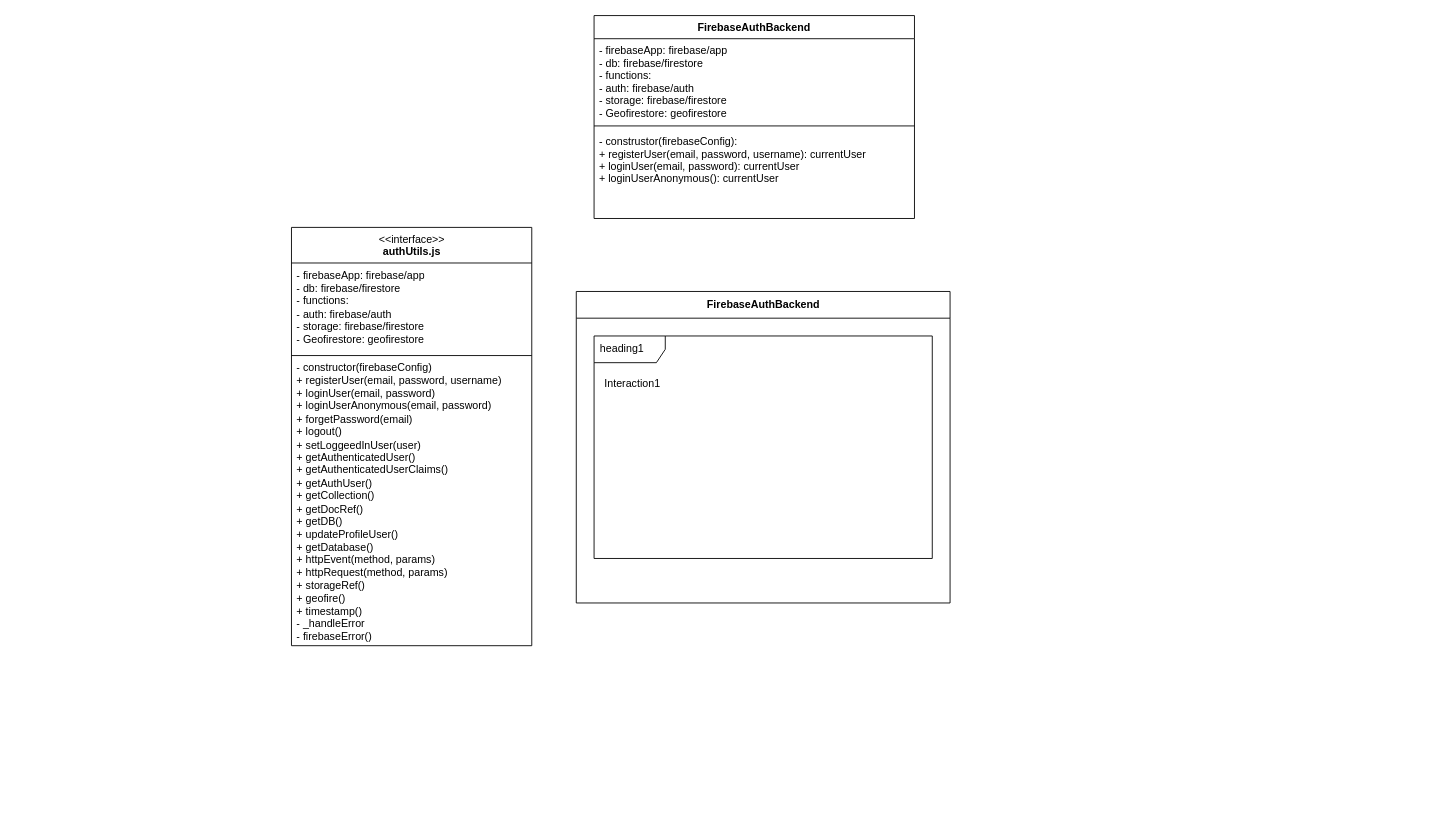
The draw.io diagram page "クラス図" (5 of 7) of Iriomote.drawio in kaoru387/draw.io, before the edit. Source tidied: cells renumbered, new cells numbered last; positions are measured from the earlier drawing's top-left corner, leaving out a move shared by most shapes. Both pictures are drawn from the tidied source at 89%, with x=0, y=0 at pixel (291, 15).
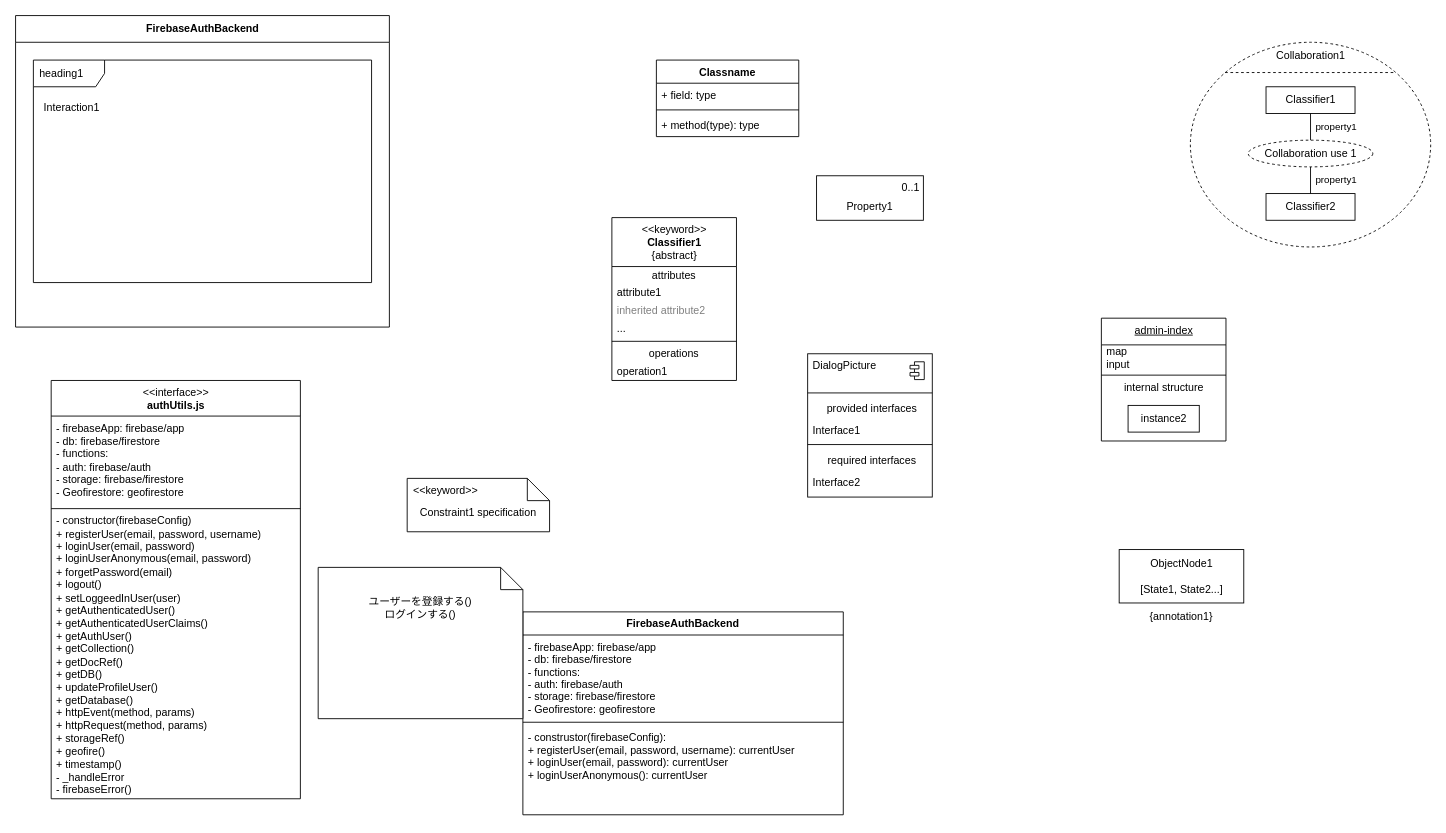
The same diagram, later.

The edit, as a diff of the source:
```diff
@@
     <mxCell id="2" value="FirebaseAuthBackend" style="swimlane;fontStyle=1;align=center;verticalAlign=top;horizontal=1;startSize=26;" parent="1" vertex="1">
-      <mxGeometry x="340" width="360" height="228" as="geometry" />
+      <mxGeometry x="260" y="670" width="360" height="228" as="geometry" />
     </mxCell>
@@
     <mxCell id="6" value="&amp;lt;&amp;lt;interface&amp;gt;&amp;gt;&lt;br&gt;&lt;b&gt;authUtils.js&lt;/b&gt;" style="swimlane;fontStyle=0;align=center;verticalAlign=top;horizontal=1;startSize=40;html=1;" parent="1" vertex="1">
-      <mxGeometry y="238" width="270" height="470" as="geometry" />
+      <mxGeometry x="-270" y="410" width="280" height="470" as="geometry" />
     </mxCell>
     <mxCell id="7" value="- firebaseApp: firebase/app&lt;br style=&quot;padding: 0px ; margin: 0px&quot;&gt;- db: firebase/firestore&lt;br style=&quot;padding: 0px ; margin: 0px&quot;&gt;- functions:&amp;nbsp;&lt;br style=&quot;padding: 0px ; margin: 0px&quot;&gt;- auth: firebase/auth&lt;br style=&quot;padding: 0px ; margin: 0px&quot;&gt;- storage: firebase/firestore&lt;br style=&quot;padding: 0px ; margin: 0px&quot;&gt;- Geofirestore: geofirestore" style="text;html=1;strokeColor=none;fillColor=none;align=left;verticalAlign=middle;spacingLeft=4;spacingRight=4;overflow=hidden;" parent="6" vertex="1">
-      <mxGeometry y="40" width="270" height="100" as="geometry" />
+      <mxGeometry y="40" width="280" height="100" as="geometry" />
     </mxCell>
     <mxCell id="8" style="line;strokeWidth=1;fillColor=none;align=left;verticalAlign=middle;spacingTop=-1;spacingLeft=3;spacingRight=3;labelPosition=right;" parent="6" vertex="1">
-      <mxGeometry y="140" width="270" height="8" as="geometry" />
+      <mxGeometry y="140" width="280" height="8" as="geometry" />
     </mxCell>
     <mxCell id="9" value="- constructor(firebaseConfig)&lt;br&gt;+ registerUser(email, password, username)&lt;br&gt;+&amp;nbsp;loginUser(email, password)&lt;br&gt;+&amp;nbsp;loginUserAnonymous(email, password)&lt;br&gt;+&amp;nbsp;forgetPassword(email)&lt;br&gt;+&amp;nbsp;logout()&lt;br&gt;+&amp;nbsp;setLoggeedInUser(user)&lt;br&gt;+&amp;nbsp;getAuthenticatedUser()&lt;br&gt;+&amp;nbsp;getAuthenticatedUserClaims()&lt;br&gt;+&amp;nbsp;getAuthUser()&lt;br&gt;+&amp;nbsp;getCollection()&lt;br&gt;+&amp;nbsp;getDocRef()&lt;br&gt;+&amp;nbsp;getDB()&lt;br&gt;+&amp;nbsp;updateProfileUser()&lt;br&gt;+&amp;nbsp;getDatabase()&lt;br&gt;+&amp;nbsp;httpEvent(method, params)&lt;br&gt;+&amp;nbsp;httpRequest(method, params)&lt;br&gt;+&amp;nbsp;storageRef()&lt;br&gt;+&amp;nbsp;geofire()&lt;br&gt;+&amp;nbsp;timestamp()&lt;br&gt;-&amp;nbsp;_handleError&lt;br&gt;-&amp;nbsp;firebaseError()" style="text;html=1;strokeColor=none;fillColor=none;align=left;verticalAlign=middle;spacingLeft=4;spacingRight=4;overflow=hidden;" parent="6" vertex="1">
-      <mxGeometry y="148" width="270" height="322" as="geometry" />
+      <mxGeometry y="148" width="280" height="322" as="geometry" />
     </mxCell>
     <mxCell id="10" value="FirebaseAuthBackend" style="swimlane;fontStyle=1;align=center;horizontal=1;startSize=30;html=1;" parent="1" vertex="1">
-      <mxGeometry x="320" y="310" width="420" height="350" as="geometry" />
+      <mxGeometry x="-310" width="420" height="350" as="geometry" />
     </mxCell>
@@
+    <mxCell id="13" value="Classname" style="swimlane;fontStyle=1;align=center;verticalAlign=top;horizontal=1;startSize=26;" parent="1" vertex="1">
+      <mxGeometry x="410" y="50" width="160" height="86" as="geometry" />
+    </mxCell>
+    <mxCell id="14" value="+ field: type" style="text;strokeColor=none;fillColor=none;align=left;verticalAlign=top;spacingLeft=4;spacingRight=4;overflow=hidden;" parent="13" vertex="1">
+      <mxGeometry y="26" width="160" height="26" as="geometry" />
+    </mxCell>
+    <mxCell id="15" style="line;strokeWidth=1;fillColor=none;align=left;verticalAlign=middle;spacingTop=-1;spacingLeft=3;spacingRight=3;labelPosition=right;" parent="13" vertex="1">
+      <mxGeometry y="52" width="160" height="8" as="geometry" />
+    </mxCell>
+    <mxCell id="16" value="+ method(type): type" style="text;strokeColor=none;fillColor=none;align=left;verticalAlign=top;spacingLeft=4;spacingRight=4;overflow=hidden;" parent="13" vertex="1">
+      <mxGeometry y="60" width="160" height="26" as="geometry" />
+    </mxCell>
+    <mxCell id="17" value="ObjectNode1&lt;br&gt;&lt;br&gt;[State1, State2...]" style="html=1;align=center;verticalAlign=middle;rounded=0;absoluteArcSize=1;arcSize=10;dashed=0;" parent="1" vertex="1">
+      <mxGeometry x="930" y="600" width="140" height="60" as="geometry" />
+    </mxCell>
+    <mxCell id="18" value="{annotation1}" style="text;verticalAlign=middle;align=center;" parent="17" vertex="1">
+      <mxGeometry y="60" width="140" height="30" as="geometry" />
+    </mxCell>
+    <mxCell id="19" value="admin-index" style="swimlane;fontStyle=4;align=center;verticalAlign=top;horizontal=1;startSize=30;html=1;" parent="1" vertex="1">
+      <mxGeometry x="910" y="340" width="140" height="138" as="geometry" />
+    </mxCell>
+    <mxCell id="20" value="map&lt;br&gt;input&lt;br&gt;" style="html=1;strokeColor=none;fillColor=none;align=left;verticalAlign=middle;spacingLeft=4;spacingRight=4;" parent="19" vertex="1">
+      <mxGeometry y="30" width="140" height="30" as="geometry" />
+    </mxCell>
+    <mxCell id="21" style="line;strokeWidth=1;fillColor=none;align=left;verticalAlign=middle;spacingTop=-1;spacingLeft=3;spacingRight=3;labelPosition=right;" parent="19" vertex="1">
+      <mxGeometry y="60" width="140" height="8" as="geometry" />
+    </mxCell>
+    <mxCell id="22" value="internal structure" style="html=1;strokeColor=none;fillColor=none;align=center;verticalAlign=middle;spacingLeft=4;spacingRight=4;" parent="19" vertex="1">
+      <mxGeometry y="68" width="140" height="20" as="geometry" />
+    </mxCell>
+    <mxCell id="23" style="swimlane;fontStyle=1;align=center;verticalAlign=top;horizontal=1;startSize=0;html=1;strokeColor=none;fillColor=none;" parent="19" vertex="1">
+      <mxGeometry y="88" width="140" height="50" as="geometry" />
+    </mxCell>
+    <mxCell id="24" value="instance2" style="html=1;align=center;verticalAlign=middle;" parent="23" vertex="1">
+      <mxGeometry width="80" height="30" relative="1" as="geometry">
+        <mxPoint x="30" y="10" as="offset" />
+      </mxGeometry>
+    </mxCell>
+    <mxCell id="25" value="0..1" style="align=right;verticalAlign=top;spacingRight=2;" parent="1" vertex="1">
+      <mxGeometry x="590" y="180" width="120" height="50" as="geometry" />
+    </mxCell>
+    <mxCell id="26" value="Property1" style="text;html=1;strokeColor=none;fillColor=none;align=center;verticalAlign=middle;spacingLeft=4;spacingRight=4;overflow=hidden;" parent="25" vertex="1">
+      <mxGeometry y="1" width="120" height="30" relative="1" as="geometry">
+        <mxPoint y="-30" as="offset" />
+      </mxGeometry>
+    </mxCell>
+    <mxCell id="27" style="fontStyle=1;align=center;verticalAlign=top;horizontal=1;" parent="1" vertex="1">
+      <mxGeometry x="580" y="380" width="140" height="161" as="geometry" />
+    </mxCell>
+    <mxCell id="28" value="DialogPicture" style="html=1;align=left;spacingLeft=4;verticalAlign=top;strokeColor=none;fillColor=none;" parent="27" vertex="1">
+      <mxGeometry width="140" height="40" as="geometry" />
+    </mxCell>
+    <mxCell id="29" style="shape=module;jettyWidth=10;jettyHeight=4;" parent="28" vertex="1">
+      <mxGeometry x="1" width="16" height="20" relative="1" as="geometry">
+        <mxPoint x="-25" y="9" as="offset" />
+      </mxGeometry>
+    </mxCell>
+    <mxCell id="30" style="line;strokeWidth=1;fillColor=none;align=left;verticalAlign=middle;spacingTop=-1;spacingLeft=3;spacingRight=3;labelPosition=right;" parent="27" vertex="1">
+      <mxGeometry y="40" width="140" height="8" as="geometry" />
+    </mxCell>
+    <mxCell id="31" value="provided interfaces" style="html=1;align=center;spacingLeft=4;verticalAlign=top;strokeColor=none;fillColor=none;" parent="27" vertex="1">
+      <mxGeometry y="48" width="140" height="25" as="geometry" />
+    </mxCell>
+    <mxCell id="32" value="Interface1" style="html=1;align=left;spacingLeft=4;verticalAlign=top;strokeColor=none;fillColor=none;" parent="27" vertex="1">
+      <mxGeometry y="73" width="140" height="25" as="geometry" />
+    </mxCell>
+    <mxCell id="33" style="line;strokeWidth=1;fillColor=none;align=left;verticalAlign=middle;spacingTop=-1;spacingLeft=3;spacingRight=3;labelPosition=right;" parent="27" vertex="1">
+      <mxGeometry y="98" width="140" height="8" as="geometry" />
+    </mxCell>
+    <mxCell id="34" value="required interfaces" style="html=1;align=center;spacingLeft=4;verticalAlign=top;strokeColor=none;fillColor=none;" parent="27" vertex="1">
+      <mxGeometry y="106" width="140" height="25" as="geometry" />
+    </mxCell>
+    <mxCell id="35" value="Interface2" style="html=1;align=left;spacingLeft=4;verticalAlign=top;strokeColor=none;fillColor=none;" parent="27" vertex="1">
+      <mxGeometry y="131" width="140" height="30" as="geometry" />
+    </mxCell>
+    <mxCell id="36" style="shape=ellipse;horizontal=1;html=1;dashed=1;" parent="1" vertex="1">
+      <mxGeometry x="1010" y="30" width="270" height="230" as="geometry" />
+    </mxCell>
+    <mxCell id="37" value="Collaboration1" style="html=1;strokeColor=none;fillColor=none;align=center;verticalAlign=middle;spacingLeft=4;spacingRight=4;" parent="36" vertex="1">
+      <mxGeometry width="270" height="30" as="geometry" />
+    </mxCell>
+    <mxCell id="38" style="line;strokeWidth=1;fillColor=none;labelPosition=right;dashed=1;" parent="36" vertex="1">
+      <mxGeometry x="39" y="30" width="192" height="8" as="geometry" />
+    </mxCell>
+    <mxCell id="39" value="Classifier1" style="html=1;align=center;verticalAlign=middle;" parent="36" vertex="1">
+      <mxGeometry width="100" height="30" relative="1" as="geometry">
+        <mxPoint x="85" y="50" as="offset" />
+      </mxGeometry>
+    </mxCell>
+    <mxCell id="40" value="Collaboration use 1" style="shape=ellipse;html=1;align=center;verticalAlign=middle;dashed=1;" parent="36" vertex="1">
+      <mxGeometry width="140" height="30" relative="1" as="geometry">
+        <mxPoint x="65" y="110" as="offset" />
+      </mxGeometry>
+    </mxCell>
+    <mxCell id="41" value="property1" style="edgeStyle=none;endArrow=none;verticalAlign=middle;labelBackgroundColor=none;endSize=12;html=1;align=left;endFill=0;spacingLeft=4;rounded=0;" parent="36" edge="1" source="39" target="40">
+      <mxGeometry relative="1" as="geometry" />
+    </mxCell>
+    <mxCell id="42" value="Classifier2" style="html=1;align=center;verticalAlign=middle;" parent="36" vertex="1">
+      <mxGeometry width="100" height="30" relative="1" as="geometry">
+        <mxPoint x="85" y="170" as="offset" />
+      </mxGeometry>
+    </mxCell>
+    <mxCell id="43" value="property1" style="edgeStyle=none;endArrow=none;verticalAlign=middle;labelBackgroundColor=none;endSize=12;html=1;align=left;endFill=0;spacingLeft=4;rounded=0;" parent="36" edge="1" source="40" target="42">
+      <mxGeometry relative="1" as="geometry" />
+    </mxCell>
+    <mxCell id="44" value="&amp;lt;&amp;lt;keyword&amp;gt;&amp;gt;&lt;br&gt;&lt;b&gt;Classifier1&lt;/b&gt;&lt;br&gt;{abstract}" style="swimlane;fontStyle=0;align=center;verticalAlign=top;horizontal=1;startSize=55;html=1;" parent="1" vertex="1">
+      <mxGeometry x="360" y="227" width="140" height="183" as="geometry" />
+    </mxCell>
+    <mxCell id="45" value="attributes" style="text;html=1;strokeColor=none;fillColor=none;align=center;verticalAlign=middle;spacingLeft=4;spacingRight=4;overflow=hidden;" parent="44" vertex="1">
+      <mxGeometry y="55" width="140" height="20" as="geometry" />
+    </mxCell>
+    <mxCell id="46" value="attribute1" style="text;html=1;strokeColor=none;fillColor=none;align=left;verticalAlign=middle;spacingLeft=4;spacingRight=4;overflow=hidden;" parent="44" vertex="1">
+      <mxGeometry y="75" width="140" height="20" as="geometry" />
+    </mxCell>
+    <mxCell id="47" value="inherited attribute2" style="text;html=1;strokeColor=none;fillColor=none;align=left;verticalAlign=middle;spacingLeft=4;spacingRight=4;overflow=hidden;fontColor=#808080;" parent="44" vertex="1">
+      <mxGeometry y="95" width="140" height="20" as="geometry" />
+    </mxCell>
+    <mxCell id="48" value="..." style="text;html=1;strokeColor=none;fillColor=none;align=left;verticalAlign=middle;spacingLeft=4;spacingRight=4;overflow=hidden;" parent="44" vertex="1">
+      <mxGeometry y="115" width="140" height="20" as="geometry" />
+    </mxCell>
+    <mxCell id="49" style="line;strokeWidth=1;fillColor=none;align=left;verticalAlign=middle;spacingTop=-1;spacingLeft=3;spacingRight=3;labelPosition=right;" parent="44" vertex="1">
+      <mxGeometry y="135" width="140" height="8" as="geometry" />
+    </mxCell>
+    <mxCell id="50" value="operations" style="text;html=1;strokeColor=none;fillColor=none;align=center;verticalAlign=middle;spacingLeft=4;spacingRight=4;overflow=hidden;" parent="44" vertex="1">
+      <mxGeometry y="143" width="140" height="20" as="geometry" />
+    </mxCell>
+    <mxCell id="51" value="operation1" style="text;html=1;strokeColor=none;fillColor=none;align=left;verticalAlign=middle;spacingLeft=4;spacingRight=4;overflow=hidden;" parent="44" vertex="1">
+      <mxGeometry y="163" width="140" height="20" as="geometry" />
+    </mxCell>
+    <mxCell id="52" value="Constraint1 specification" style="shape=note2;boundedLbl=1;whiteSpace=wrap;html=1;size=25;verticalAlign=top;align=center;" parent="1" vertex="1">
+      <mxGeometry x="130" y="520" width="160" height="60" as="geometry" />
+    </mxCell>
+    <mxCell id="53" value="&lt;&lt;keyword&gt;&gt;" style="strokeColor=none;fillColor=none;align=left;spacingLeft=5;" parent="52" vertex="1">
+      <mxGeometry width="160" height="25" relative="1" as="geometry" />
+    </mxCell>
+    <mxCell id="54" value="ユーザーを登録する()&lt;br&gt;ログインする()&lt;br&gt;" style="shape=note2;boundedLbl=1;whiteSpace=wrap;html=1;size=25;verticalAlign=top;align=center;" parent="1" vertex="1">
+      <mxGeometry x="30" y="620" width="230" height="170" as="geometry" />
+    </mxCell>
```
